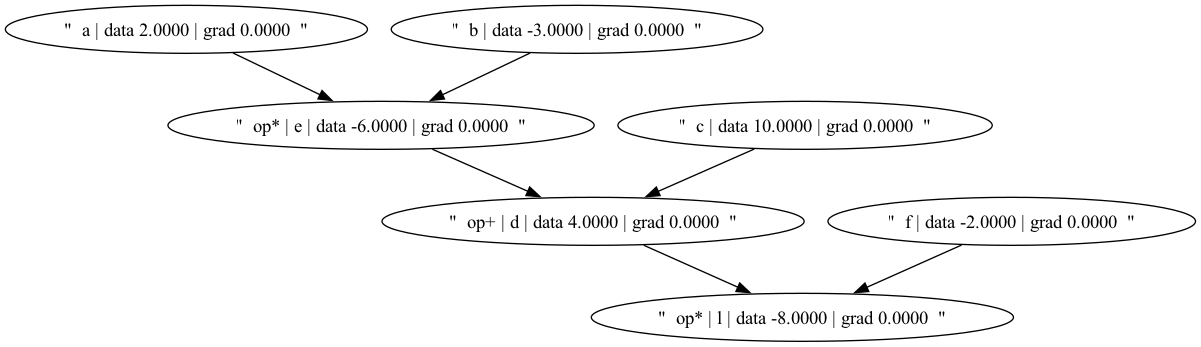
This is micrograd-rs/graph.png from Kodylow/nn-zero-to-hero, a Graphviz export, as it was before one commit. Its source is kept beside it as micrograd-rs/graph.dot.
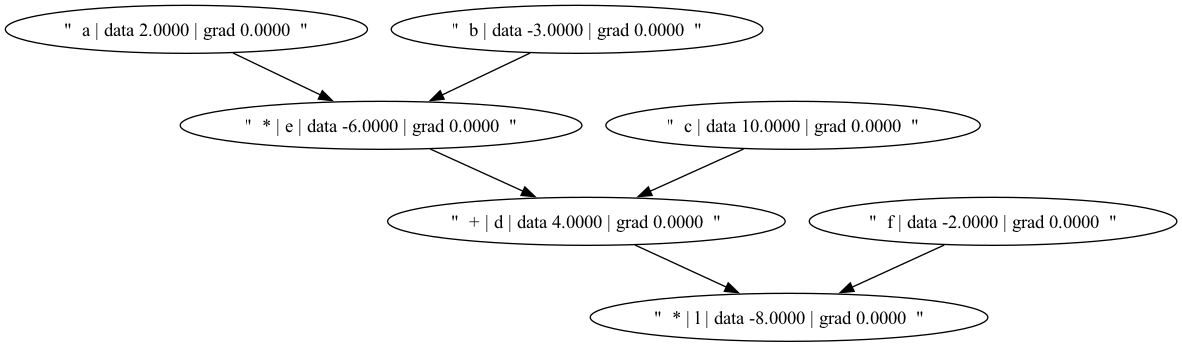
Later version of the same file.

What changed in the source:
```diff
@@ -1,7 +1,7 @@
 digraph {
-    0 [ label = "\"  op* | l | data -8.0000 | grad 0.0000  \"" ]
-    1 [ label = "\"  op+ | d | data 4.0000 | grad 0.0000  \"" ]
-    2 [ label = "\"  op* | e | data -6.0000 | grad 0.0000  \"" ]
+    0 [ label = "\"  * | l | data -8.0000 | grad 0.0000  \"" ]
+    1 [ label = "\"  + | d | data 4.0000 | grad 0.0000  \"" ]
+    2 [ label = "\"  * | e | data -6.0000 | grad 0.0000  \"" ]
     3 [ label = "\"  a | data 2.0000 | grad 0.0000  \"" ]
     4 [ label = "\"  b | data -3.0000 | grad 0.0000  \"" ]
     5 [ label = "\"  c | data 10.0000 | grad 0.0000  \"" ]
```
